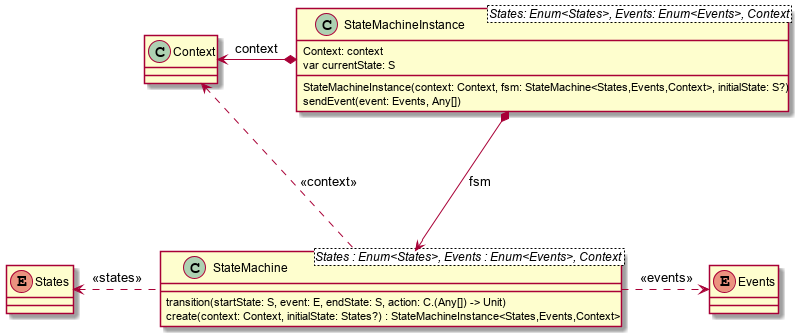
This is projects/kfsm/statemachine_classes.png from open-jumpco/open-jumpco.github.io, a PlantUML export, as it was before one commit. The source it was exported from:
```plantuml
@startuml

class Context {
}
enum States {
}
enum Events {
}

class StateMachine<States : Enum<States>, Events : Enum<Events>, Context> {
    transition(startState: S, event: E, endState: S, action: C.(Any[]) -> Unit)
    create(context: Context, initialState: States?) : StateMachineInstance<States,Events,Context>
}

class StateMachineInstance<States: Enum<States>, Events: Enum<Events>, Context> {
    StateMachineInstance(context: Context, fsm: StateMachine<States,Events,Context>, initialState: S?)
    Context: context
    var currentState: S
    sendEvent(event: Events, Any[])
}

StateMachine ..left..> States : <<states>>
StateMachine ..right..> Events : <<events>>
StateMachine ..up.> Context : <<context>>

StateMachineInstance *---> StateMachine : fsm
StateMachineInstance *--left--> Context : context

@enduml
```
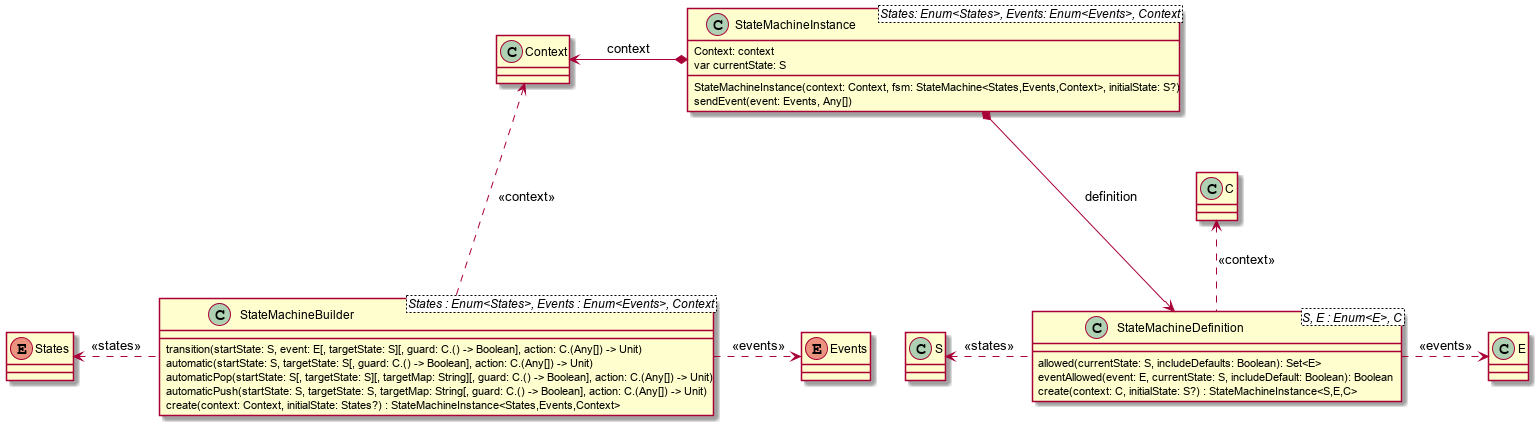
Above is the later version.

Diff of the diagram source:
```diff
@@ -7,9 +7,18 @@
 enum Events {
 }
 
-class StateMachine<States : Enum<States>, Events : Enum<Events>, Context> {
-    transition(startState: S, event: E, endState: S, action: C.(Any[]) -> Unit)
+class StateMachineBuilder<States : Enum<States>, Events : Enum<Events>, Context> {
+    transition(startState: S, event: E[, targetState: S][, guard: C.() -> Boolean], action: C.(Any[]) -> Unit)
+    automatic(startState: S, targetState: S[, guard: C.() -> Boolean], action: C.(Any[]) -> Unit)
+    automaticPop(startState: S[, targetState: S][, targetMap: String][, guard: C.() -> Boolean], action: C.(Any[]) -> Unit)
+    automaticPush(startState: S, targetState: S, targetMap: String[, guard: C.() -> Boolean], action: C.(Any[]) -> Unit)
     create(context: Context, initialState: States?) : StateMachineInstance<States,Events,Context>
+}
+
+class StateMachineDefinition<S, E : Enum<E>, C> {
+    allowed(currentState: S, includeDefaults: Boolean): Set<E>
+    eventAllowed(event: E, currentState: S, includeDefault: Boolean): Boolean
+    create(context: C, initialState: S?) : StateMachineInstance<S,E,C>
 }
 
 class StateMachineInstance<States: Enum<States>, Events: Enum<Events>, Context> {
@@ -19,11 +28,15 @@
     sendEvent(event: Events, Any[])
 }
 
-StateMachine ..left..> States : <<states>>
-StateMachine ..right..> Events : <<events>>
-StateMachine ..up.> Context : <<context>>
+StateMachineBuilder ..left..> States : <<states>>
+StateMachineBuilder ..right..> Events : <<events>>
+StateMachineBuilder ..up.> Context : <<context>>
 
-StateMachineInstance *---> StateMachine : fsm
+StateMachineDefinition .left.> S : <<states>>
+StateMachineDefinition .right.> E : <<events>>
+StateMachineDefinition .up.> C : <<context>>
+
+StateMachineInstance *---> StateMachineDefinition : definition
 StateMachineInstance *--left--> Context : context
 
 @enduml
```
